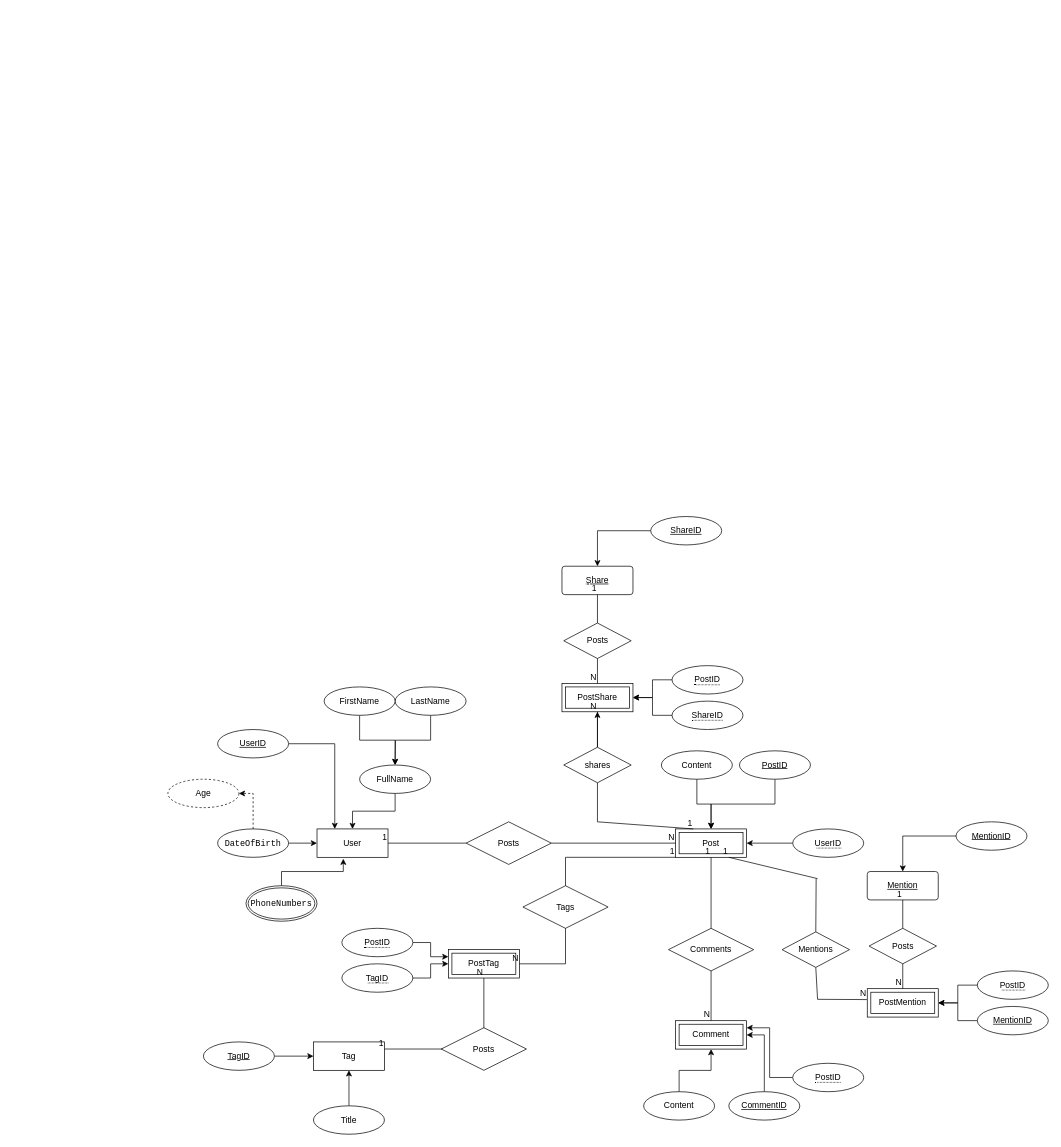
Before: ERD/ERD.drawio in Ahmed-Elmoslmany/flask-unit-test, a draw.io diagram. Source tidied: cells renumbered, new cells numbered last; positions are measured from the earlier drawing's top-left corner, leaving out a move shared by most shapes. Both pictures are drawn from the tidied source at 71%, with x=0, y=0 at pixel (168, 516).
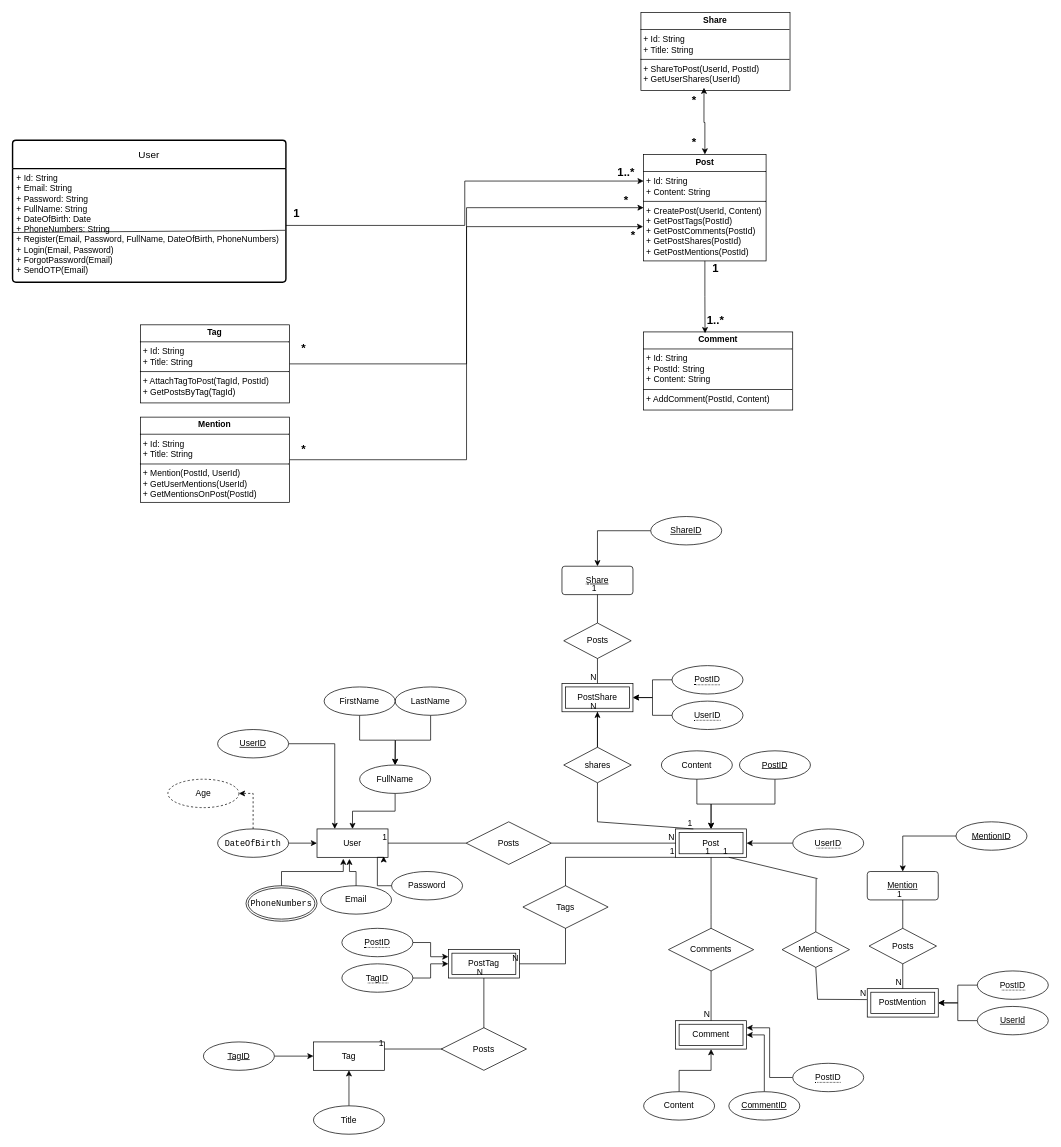
The same diagram, later.

Commit message (it also covers changes not shown here):
add: class diagram

Unchanged cells that the change refers to:
```xml
<mxCell id="2" value="User" style="whiteSpace=wrap;html=1;align=center;" parent="1" vertex="1">
  <mxGeometry x="210" y="440" width="100" height="40" as="geometry" />
</mxCell>
```

What changed in the source:
```diff
@@
-    <mxCell id="69" value="&lt;span style=&quot;border-bottom: 1px dotted&quot;&gt;ShareID&lt;/span&gt;" style="ellipse;whiteSpace=wrap;html=1;align=center;" parent="1" vertex="1">
+    <mxCell id="69" value="&lt;span style=&quot;border-bottom: 1px dotted&quot;&gt;UserID&lt;/span&gt;" style="ellipse;whiteSpace=wrap;html=1;align=center;" parent="1" vertex="1">
       <mxGeometry x="710" y="260" width="100" height="40" as="geometry" />
     </mxCell>
@@
-    <mxCell id="90" value="&lt;span style=&quot;text-decoration-line: underline;&quot;&gt;MentionID&lt;/span&gt;" style="ellipse;whiteSpace=wrap;html=1;align=center;" parent="1" vertex="1">
+    <mxCell id="90" value="&lt;span style=&quot;text-decoration-line: underline;&quot;&gt;UserId&lt;/span&gt;" style="ellipse;whiteSpace=wrap;html=1;align=center;" parent="1" vertex="1">
       <mxGeometry x="1140" y="690" width="100" height="40" as="geometry" />
     </mxCell>
@@
+    <mxCell id="103" value="User" style="swimlane;horizontal=1;startSize=40;rounded=1;fontSize=14;fontStyle=0;strokeWidth=2;shadow=0;dashed=0;align=center;arcSize=4;whiteSpace=wrap;html=1;" parent="1" vertex="1">
+      <mxGeometry x="-218.8" y="-530" width="385" height="200" as="geometry" />
+    </mxCell>
+    <mxCell id="104" value="+ Id: String&amp;nbsp;&lt;div&gt;+ Email: String&lt;/div&gt;&lt;div&gt;+ Password: String&lt;/div&gt;&lt;div&gt;+ FullName: String&lt;br&gt;+ DateOfBirth: Date&lt;br&gt;+ PhoneNumbers: String&lt;br&gt;&lt;div&gt;&lt;span style=&quot;background-color: transparent; color: light-dark(rgb(0, 0, 0), rgb(255, 255, 255));&quot;&gt;+ Register(Email, Password, FullName, DateOfBirth, PhoneNumbers)&lt;br&gt;&lt;/span&gt;+ Login(Email, Password)&lt;/div&gt;&lt;div&gt;+ ForgotPassword(Email)&lt;/div&gt;&lt;div&gt;+ SendOTP(Email)&lt;/div&gt;&lt;div&gt;&lt;br&gt;&lt;br&gt;&lt;/div&gt;&lt;/div&gt;" style="align=left;strokeColor=none;fillColor=none;spacingLeft=4;fontSize=12;verticalAlign=top;html=1;" parent="103" vertex="1">
+      <mxGeometry y="40" width="385" height="160" as="geometry" />
+    </mxCell>
+    <mxCell id="105" style="endArrow=none;html=1;rounded=0;entryX=0.997;entryY=0.543;entryDx=0;entryDy=0;entryPerimeter=0;" parent="103" edge="1" target="104">
+      <mxGeometry relative="1" as="geometry">
+        <mxPoint y="130" as="sourcePoint" />
+      </mxGeometry>
+    </mxCell>
+    <mxCell id="106" value="Email" style="ellipse;whiteSpace=wrap;html=1;align=center;" parent="1" vertex="1">
+      <mxGeometry x="215" y="520" width="100" height="40" as="geometry" />
+    </mxCell>
+    <mxCell id="107" style="edgeStyle=orthogonalEdgeStyle;rounded=0;jettySize=auto;html=1;entryX=0.457;entryY=1.053;entryDx=0;entryDy=0;entryPerimeter=0;" parent="1" edge="1" source="106" target="2">
+      <mxGeometry relative="1" as="geometry" />
+    </mxCell>
+    <mxCell id="108" value="Password" style="ellipse;whiteSpace=wrap;html=1;align=center;" parent="1" vertex="1">
+      <mxGeometry x="315" y="500" width="100" height="40" as="geometry" />
+    </mxCell>
+    <mxCell id="109" style="edgeStyle=orthogonalEdgeStyle;rounded=0;jettySize=auto;html=1;entryX=0.939;entryY=0.966;entryDx=0;entryDy=0;entryPerimeter=0;" parent="1" edge="1" source="108" target="2">
+      <mxGeometry relative="1" as="geometry" />
+    </mxCell>
+    <mxCell id="110" value="&lt;p style=&quot;margin:0px;margin-top:4px;text-align:center;&quot;&gt;&lt;b&gt;Post&lt;/b&gt;&lt;/p&gt;&lt;hr size=&quot;1&quot; style=&quot;border-style:solid;&quot;&gt;&lt;p style=&quot;margin:0px;margin-left:4px;&quot;&gt;+ Id: String&lt;/p&gt;&lt;p style=&quot;margin:0px;margin-left:4px;&quot;&gt;+ Content: String&lt;/p&gt;&lt;hr size=&quot;1&quot; style=&quot;border-style:solid;&quot;&gt;&lt;p style=&quot;margin:0px;margin-left:4px;&quot;&gt;+ CreatePost(UserId, Content)&lt;br&gt;+ GetPostTags(PostId)&lt;br&gt;+ GetPostComments(PostId)&lt;/p&gt;&lt;p style=&quot;margin:0px;margin-left:4px;&quot;&gt;+ GetPostShares(PostId)&lt;/p&gt;&lt;p style=&quot;margin:0px;margin-left:4px;&quot;&gt;+ GetPostMentions(PostId)&lt;/p&gt;" style="verticalAlign=top;align=left;overflow=fill;html=1;whiteSpace=wrap;" parent="1" vertex="1">
+      <mxGeometry x="670" y="-510" width="172.5" height="150" as="geometry" />
+    </mxCell>
+    <mxCell id="111" value="&lt;p style=&quot;margin:0px;margin-top:4px;text-align:center;&quot;&gt;&lt;b&gt;Comment&lt;/b&gt;&lt;/p&gt;&lt;hr size=&quot;1&quot; style=&quot;border-style:solid;&quot;&gt;&lt;p style=&quot;margin:0px;margin-left:4px;&quot;&gt;+ Id: String&lt;/p&gt;&lt;p style=&quot;margin:0px;margin-left:4px;&quot;&gt;+ PostId: String&lt;/p&gt;&lt;p style=&quot;margin:0px;margin-left:4px;&quot;&gt;+ Content: String&lt;/p&gt;&lt;hr size=&quot;1&quot; style=&quot;border-style:solid;&quot;&gt;&lt;p style=&quot;margin:0px;margin-left:4px;&quot;&gt;+ AddComment(PostId, Content)&lt;/p&gt;" style="verticalAlign=top;align=left;overflow=fill;html=1;whiteSpace=wrap;" parent="1" vertex="1">
+      <mxGeometry x="670" y="-260" width="210" height="110" as="geometry" />
+    </mxCell>
+    <mxCell id="112" style="edgeStyle=orthogonalEdgeStyle;rounded=0;jettySize=auto;html=1;entryX=0;entryY=0.5;entryDx=0;entryDy=0;" parent="1" edge="1" source="113" target="110">
+      <mxGeometry relative="1" as="geometry" />
+    </mxCell>
+    <mxCell id="113" value="&lt;p style=&quot;margin:0px;margin-top:4px;text-align:center;&quot;&gt;&lt;b&gt;Tag&lt;/b&gt;&lt;/p&gt;&lt;hr size=&quot;1&quot; style=&quot;border-style:solid;&quot;&gt;&lt;p style=&quot;margin:0px;margin-left:4px;&quot;&gt;+ Id: String&lt;/p&gt;&lt;p style=&quot;margin:0px;margin-left:4px;&quot;&gt;+ Title: String&lt;/p&gt;&lt;hr size=&quot;1&quot; style=&quot;border-style:solid;&quot;&gt;&lt;p style=&quot;margin:0px;margin-left:4px;&quot;&gt;+ AttachTagToPost(TagId, PostId)&lt;br&gt;+ GetPostsByTag(TagId)&lt;/p&gt;" style="verticalAlign=top;align=left;overflow=fill;html=1;whiteSpace=wrap;" parent="1" vertex="1">
+      <mxGeometry x="-38.8" y="-270" width="210" height="110" as="geometry" />
+    </mxCell>
+    <mxCell id="114" value="&lt;p style=&quot;margin:0px;margin-top:4px;text-align:center;&quot;&gt;&lt;b&gt;Share&lt;/b&gt;&lt;/p&gt;&lt;hr size=&quot;1&quot; style=&quot;border-style:solid;&quot;&gt;&lt;p style=&quot;margin:0px;margin-left:4px;&quot;&gt;+ Id: String&lt;/p&gt;&lt;p style=&quot;margin:0px;margin-left:4px;&quot;&gt;+ Title: String&lt;/p&gt;&lt;hr size=&quot;1&quot; style=&quot;border-style:solid;&quot;&gt;&lt;p style=&quot;margin:0px;margin-left:4px;&quot;&gt;+ ShareToPost(UserId, PostId)&amp;nbsp;&lt;br&gt;+ GetUserShares(UserId)&lt;br&gt;&lt;br&gt;&lt;/p&gt;" style="verticalAlign=top;align=left;overflow=fill;html=1;whiteSpace=wrap;" parent="1" vertex="1">
+      <mxGeometry x="666.2" y="-710" width="210" height="110" as="geometry" />
+    </mxCell>
+    <mxCell id="115" style="edgeStyle=orthogonalEdgeStyle;rounded=0;jettySize=auto;html=1;entryX=-0.004;entryY=0.678;entryDx=0;entryDy=0;entryPerimeter=0;" parent="1" edge="1" source="116" target="110">
+      <mxGeometry relative="1" as="geometry" />
+    </mxCell>
+    <mxCell id="116" value="&lt;p style=&quot;margin:0px;margin-top:4px;text-align:center;&quot;&gt;&lt;b&gt;Mention&lt;/b&gt;&lt;/p&gt;&lt;hr size=&quot;1&quot; style=&quot;border-style:solid;&quot;&gt;&lt;p style=&quot;margin:0px;margin-left:4px;&quot;&gt;+ Id: String&lt;/p&gt;&lt;p style=&quot;margin:0px;margin-left:4px;&quot;&gt;+ Title: String&lt;/p&gt;&lt;hr size=&quot;1&quot; style=&quot;border-style:solid;&quot;&gt;&lt;p style=&quot;margin:0px;margin-left:4px;&quot;&gt;+ Mention(PostId, UserId)&lt;br&gt;+ GetUserMentions(UserId)&lt;br&gt;+ GetMentionsOnPost(PostId)&lt;/p&gt;" style="verticalAlign=top;align=left;overflow=fill;html=1;whiteSpace=wrap;" parent="1" vertex="1">
+      <mxGeometry x="-38.8" y="-140" width="210" height="120" as="geometry" />
+    </mxCell>
+    <mxCell id="117" style="edgeStyle=orthogonalEdgeStyle;rounded=0;jettySize=auto;html=1;entryX=0;entryY=0.25;entryDx=0;entryDy=0;" parent="1" edge="1" source="104" target="110">
+      <mxGeometry relative="1" as="geometry" />
+    </mxCell>
+    <mxCell id="118" value="1..*" style="text;html=1;align=center;verticalAlign=middle;strokeColor=none;fillColor=none;fontSize=16;fontStyle=1;" parent="1" vertex="1">
+      <mxGeometry x="620" y="-500" width="50" height="30" as="geometry" />
+    </mxCell>
+    <mxCell id="119" value="1" style="text;html=1;align=center;verticalAlign=middle;strokeColor=none;fillColor=none;fontSize=16;fontStyle=1;" parent="1" vertex="1">
+      <mxGeometry x="166.2" y="-442" width="30" height="30" as="geometry" />
+    </mxCell>
+    <mxCell id="120" style="edgeStyle=orthogonalEdgeStyle;rounded=0;jettySize=auto;html=1;entryX=0.412;entryY=0.016;entryDx=0;entryDy=0;entryPerimeter=0;" parent="1" edge="1" source="110" target="111">
+      <mxGeometry relative="1" as="geometry" />
+    </mxCell>
+    <mxCell id="121" value="1&lt;div&gt;&lt;br&gt;&lt;/div&gt;" style="text;html=1;align=center;verticalAlign=middle;strokeColor=none;fillColor=none;fontSize=16;fontStyle=1;" parent="1" vertex="1">
+      <mxGeometry x="756.2" y="-365" width="30" height="50" as="geometry" />
+    </mxCell>
+    <mxCell id="122" value="1..*" style="text;html=1;align=center;verticalAlign=middle;strokeColor=none;fillColor=none;fontSize=16;fontStyle=1;" parent="1" vertex="1">
+      <mxGeometry x="746.2" y="-292" width="50" height="30" as="geometry" />
+    </mxCell>
+    <mxCell id="123" style="edgeStyle=orthogonalEdgeStyle;rounded=0;jettySize=auto;html=1;entryX=0.423;entryY=0.964;entryDx=0;entryDy=0;entryPerimeter=0;endArrow=classic;endFill=1;startArrow=classic;startFill=1;" parent="1" edge="1" source="110" target="114">
+      <mxGeometry relative="1" as="geometry" />
+    </mxCell>
+    <mxCell id="124" value="*" style="text;html=1;align=center;verticalAlign=middle;strokeColor=none;fillColor=none;fontSize=16;fontStyle=1;" parent="1" vertex="1">
+      <mxGeometry x="726.2" y="-602" width="30" height="30" as="geometry" />
+    </mxCell>
+    <mxCell id="125" value="*" style="text;html=1;align=center;verticalAlign=middle;strokeColor=none;fillColor=none;fontSize=16;fontStyle=1;" parent="1" vertex="1">
+      <mxGeometry x="726.2" y="-542" width="30" height="30" as="geometry" />
+    </mxCell>
+    <mxCell id="126" value="*" style="text;html=1;align=center;verticalAlign=middle;strokeColor=none;fillColor=none;strokeWidth=1;fontSize=16;fontStyle=1;" parent="1" vertex="1">
+      <mxGeometry x="176.2" y="-252" width="30" height="30" as="geometry" />
+    </mxCell>
+    <mxCell id="127" value="*" style="text;html=1;align=center;verticalAlign=middle;strokeColor=none;fillColor=none;fontSize=16;fontStyle=1;" parent="1" vertex="1">
+      <mxGeometry x="630" y="-460" width="30" height="30" as="geometry" />
+    </mxCell>
+    <mxCell id="128" value="*" style="text;html=1;align=center;verticalAlign=middle;strokeColor=none;fillColor=none;fontSize=16;fontStyle=1;" parent="1" vertex="1">
+      <mxGeometry x="640" y="-412" width="30" height="30" as="geometry" />
+    </mxCell>
+    <mxCell id="129" value="*" style="text;html=1;align=center;verticalAlign=middle;strokeColor=none;fillColor=none;strokeWidth=1;fontSize=16;fontStyle=1;" parent="1" vertex="1">
+      <mxGeometry x="176.2" y="-110" width="30" height="30" as="geometry" />
+    </mxCell>
```
